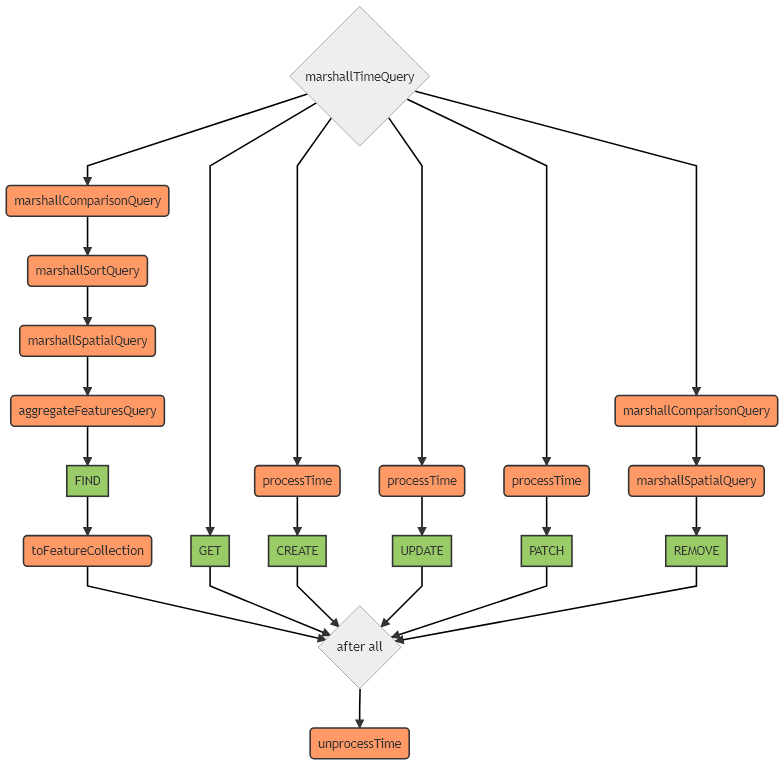
This is docs/assets/feature-hooks.png from kalisio/kdk, a Mermaid export, as it was before one commit. Its source is kept beside it as docs/assets/feature-hooks.mmd.
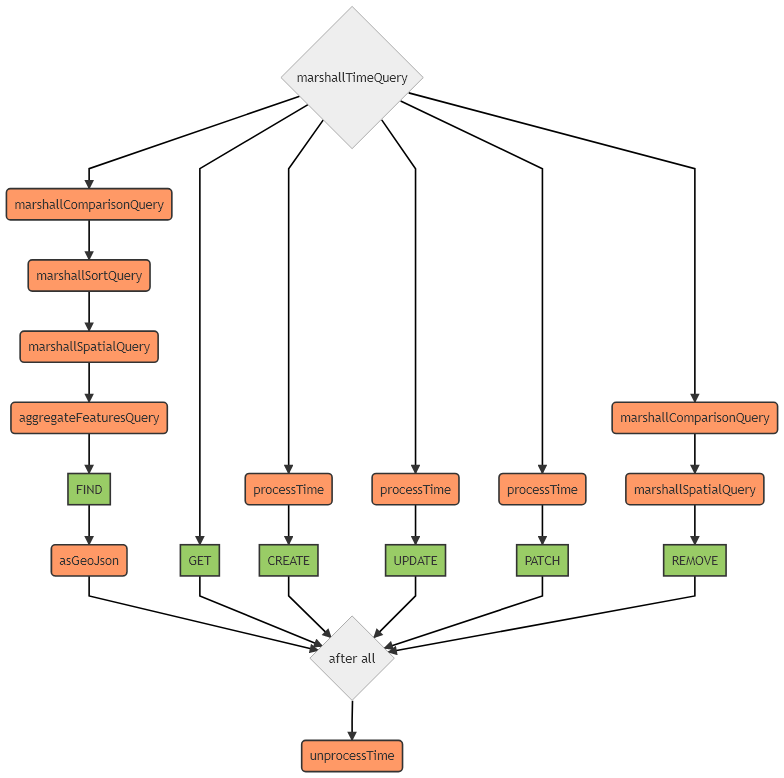
Above is the later version.

The edit, as a diff of the source:
```diff
@@ -9,7 +9,7 @@
     hook3 --> hook4(marshallSpatialQuery)
     hook4 --> hook5(aggregateFeaturesQuery)
     hook5 --> FIND[FIND]
-    FIND --> hook6(toFeatureCollection)
+    FIND --> hook6(asGeoJson)
     hook6 --> afterAll
 
     beforeAll --> GET[GET]
```
